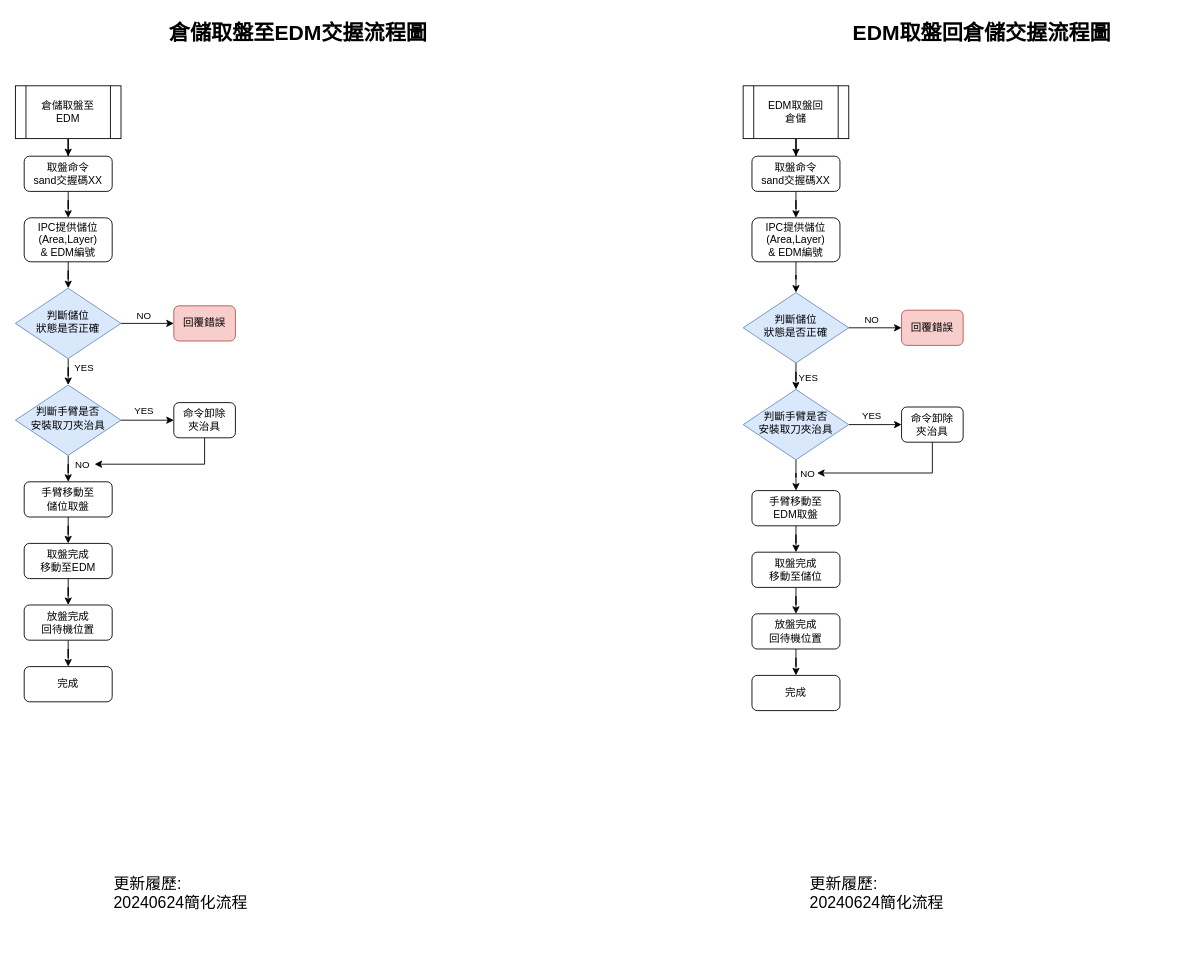
This is page "自動取放盤" (3 of 6) of 上位系統交握流程.drawio from ChiangRyan/process-diagram, a draw.io file, before an edit. Source tidied: cells renumbered, new cells numbered last; positions are measured from the earlier drawing's top-left corner, leaving out a move shared by most shapes. Both pictures are drawn from the tidied source at 88%, with x=0, y=0 at pixel (15, 15).
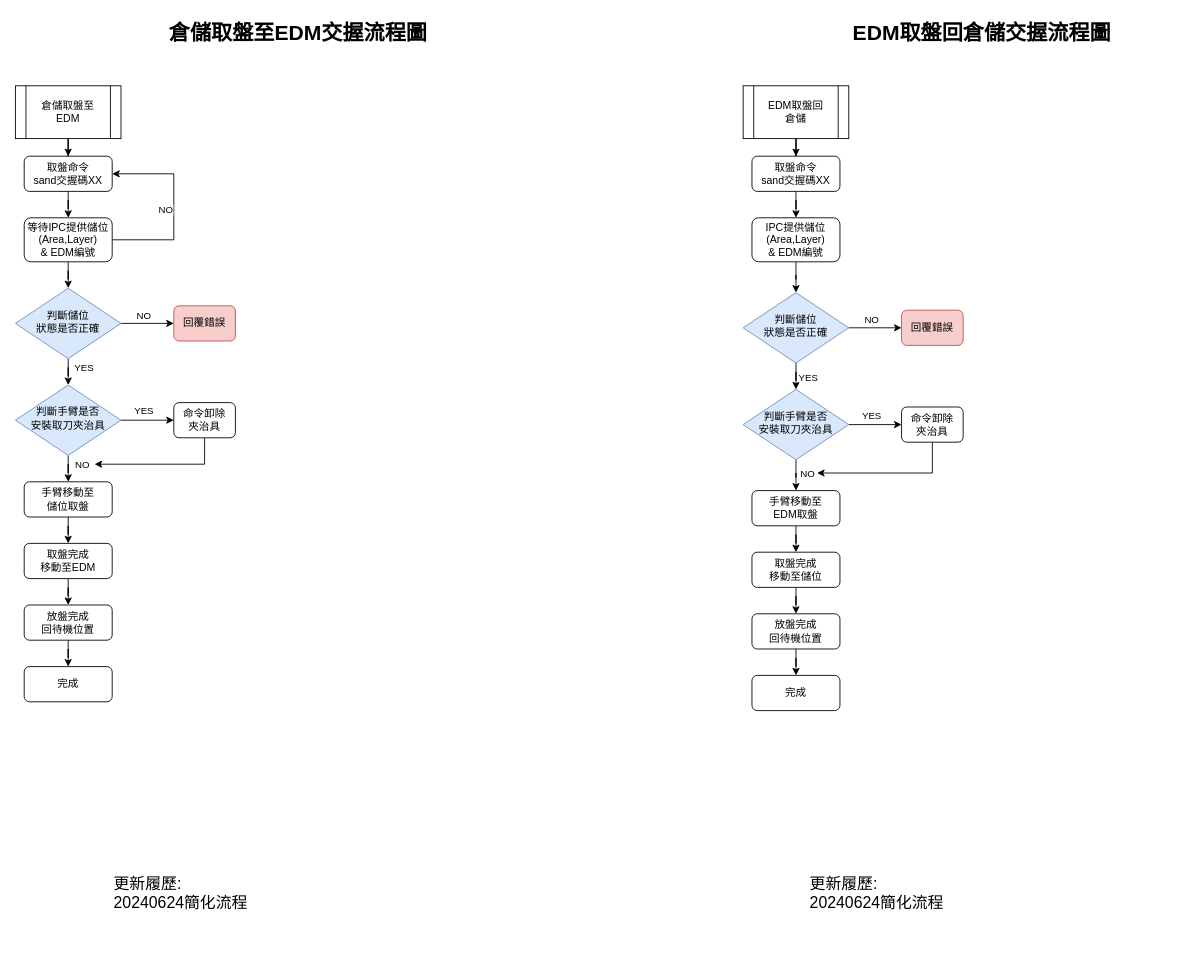
After the change.

Diff of the diagram source:
```diff
@@
+    <mxCell id="56" style="edgeStyle=orthogonalEdgeStyle;rounded=0;jettySize=auto;html=1;exitX=1;exitY=0.5;exitDx=0;exitDy=0;" parent="1" edge="1" source="3">
+      <mxGeometry relative="1" as="geometry">
+        <mxPoint x="110" y="180" as="targetPoint" />
+        <Array as="points">
+          <mxPoint x="180" y="255" />
+          <mxPoint x="180" y="180" />
+        </Array>
+      </mxGeometry>
+    </mxCell>
+    <mxCell id="57" value="NO" style="edgeLabel;html=1;align=center;verticalAlign=middle;" parent="56" vertex="1">
+      <mxGeometry x="-0.69" y="3" relative="1" as="geometry">
+        <mxPoint x="27" y="-32" as="offset" />
+      </mxGeometry>
+    </mxCell>
-    <mxCell id="3" value="IPC提供儲位(Area,Layer)&lt;div&gt;&amp;amp; EDM編號&lt;br&gt;&lt;/div&gt;" style="rounded=1;whiteSpace=wrap;html=1;fontSize=12;glass=0;strokeWidth=1;shadow=0;" parent="1" vertex="1">
+    <mxCell id="3" value="等待IPC提供儲位(Area,Layer)&lt;div&gt;&amp;amp; EDM編號&lt;br&gt;&lt;/div&gt;" style="rounded=1;whiteSpace=wrap;html=1;fontSize=12;glass=0;strokeWidth=1;shadow=0;" parent="1" vertex="1">
       <mxGeometry x="10" y="230" width="100" height="50" as="geometry" />
     </mxCell>
```
